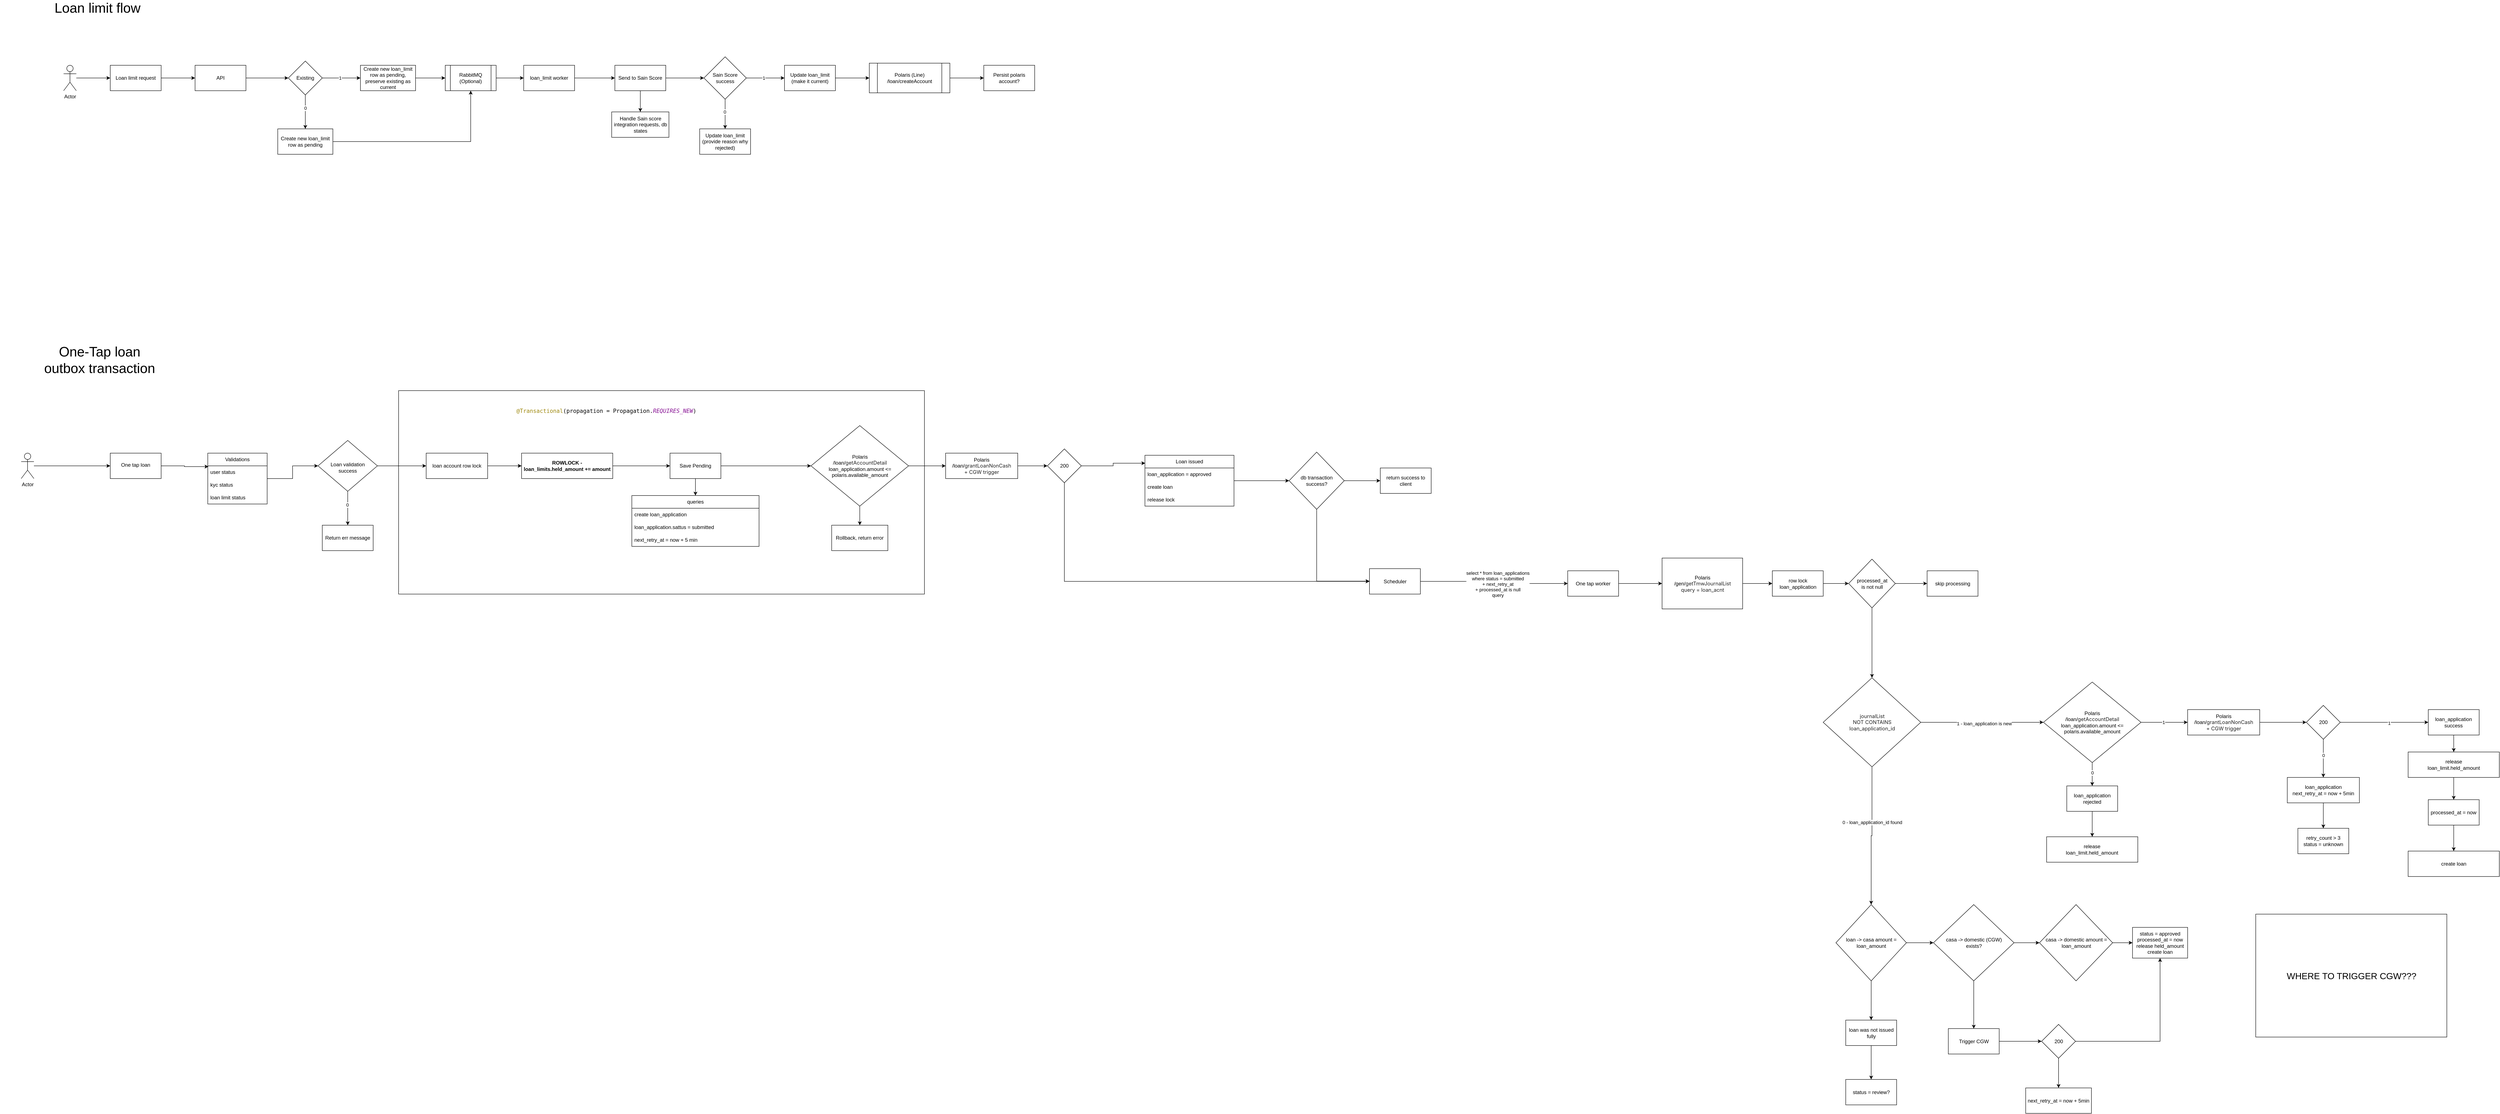
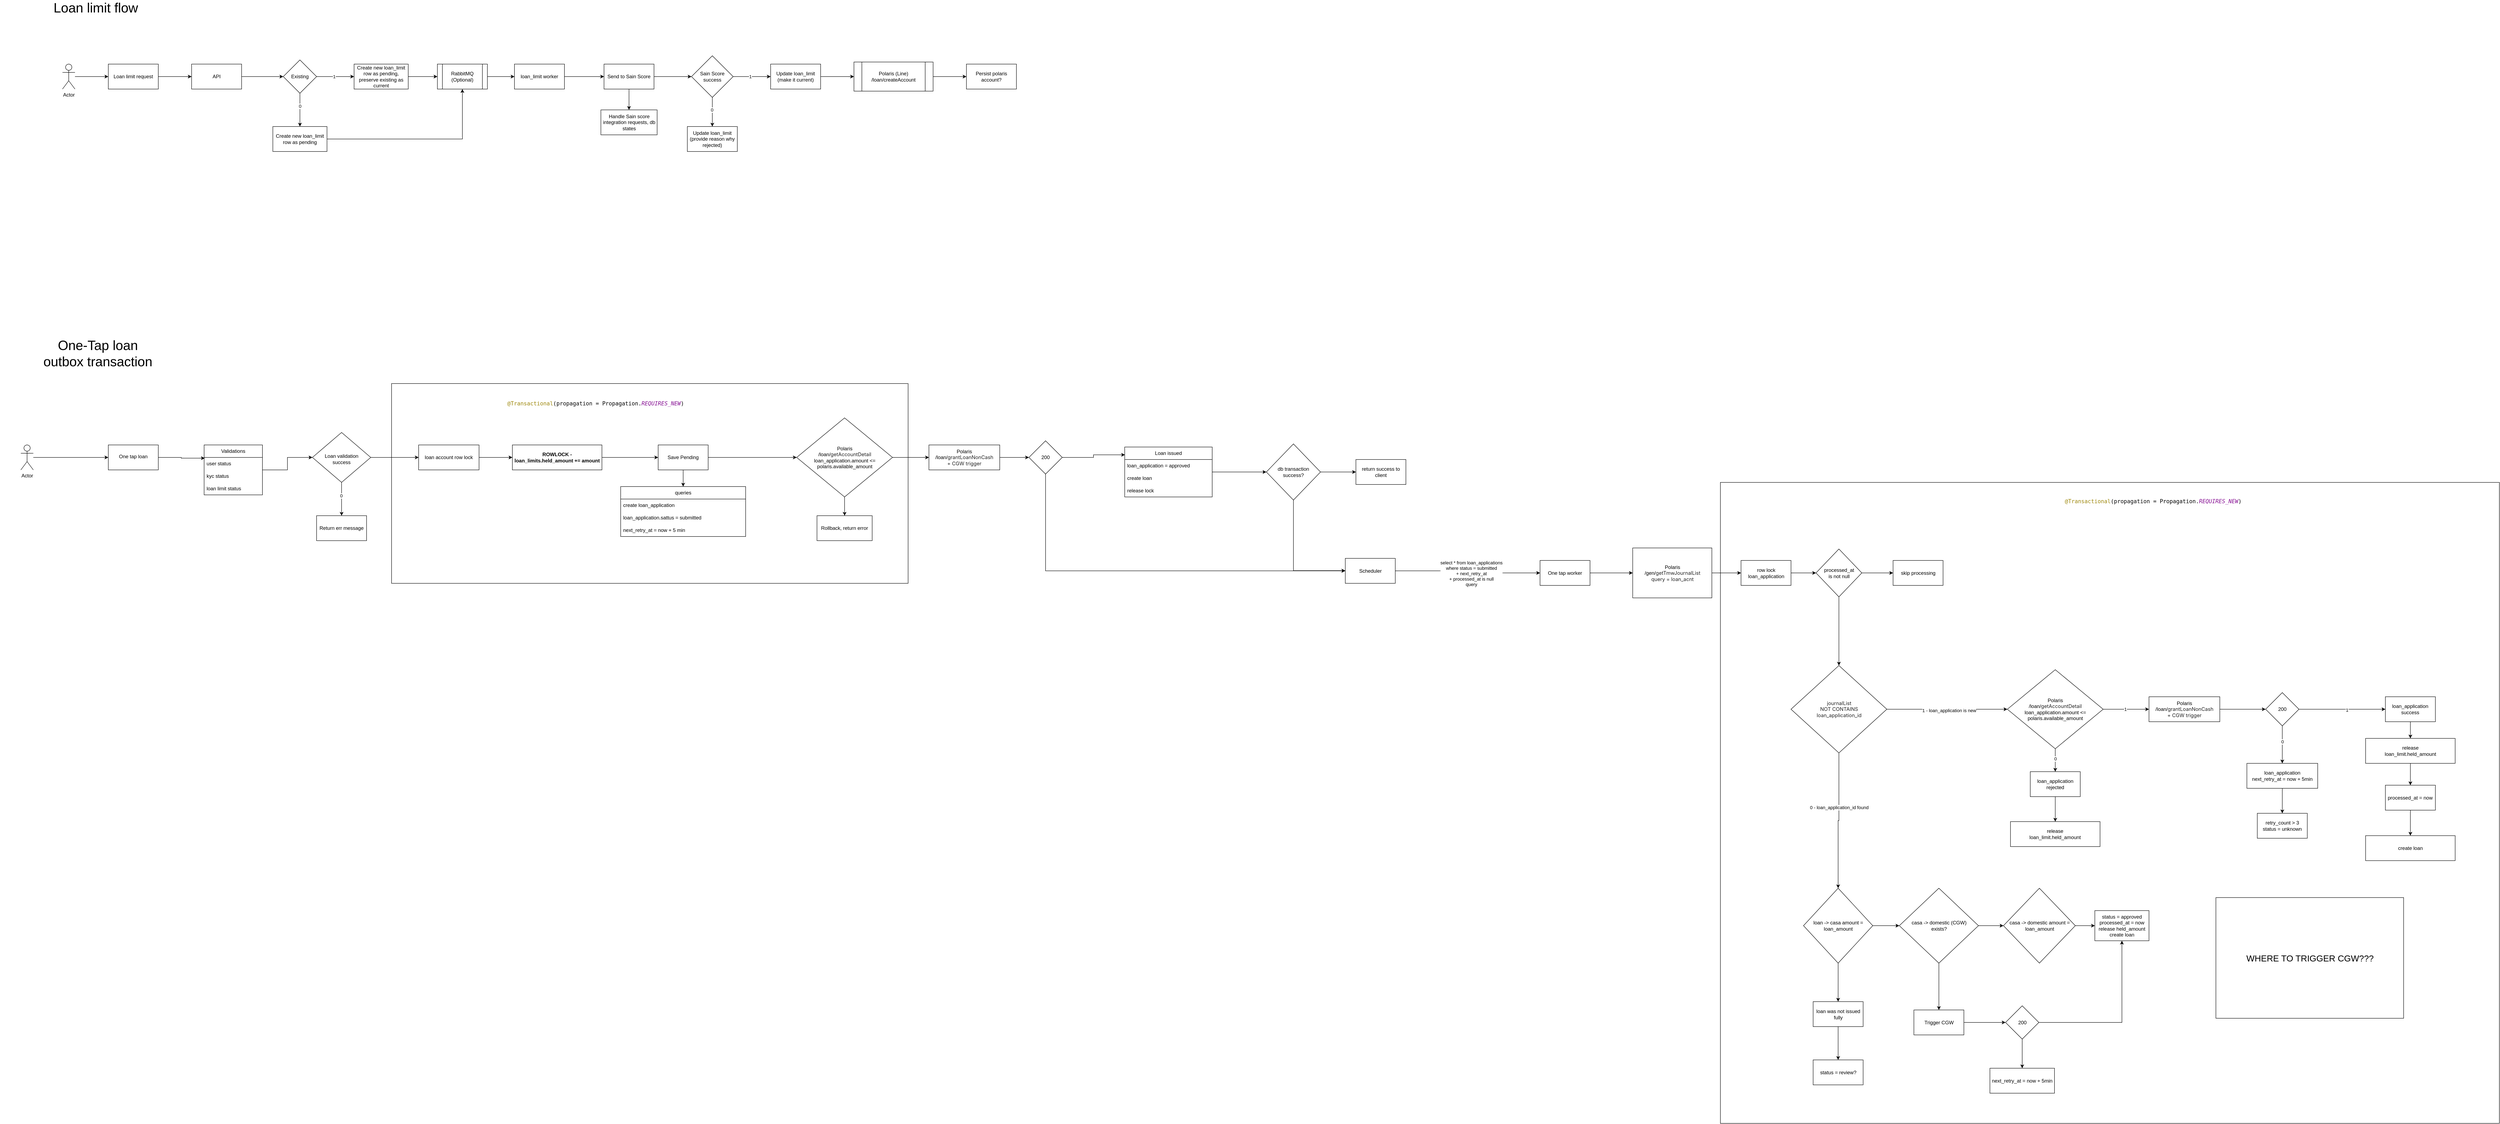
<mxfile host="app.diagrams.net">
  <diagram name="Page-1" id="VCBSuIh8bz7kurrQ0Zaz">
-     <mxGraphModel dx="2425" dy="921" grid="1" gridSize="10" guides="1" tooltips="1" connect="1" arrows="1" fold="1" page="1" pageScale="1" pageWidth="850" pageHeight="1100" math="0" shadow="0">
+     <mxGraphModel dx="3826" dy="1740" grid="1" gridSize="10" guides="1" tooltips="1" connect="1" arrows="1" fold="1" page="1" pageScale="1" pageWidth="850" pageHeight="1100" math="0" shadow="0">
      <root>
        <mxCell id="0" />
        <mxCell id="1" parent="0" />
+         <mxCell id="In8fDh9ZLN2M87an2Miy-188" parent="1" style="rounded=0;whiteSpace=wrap;html=1;" value="" vertex="1">
+           <mxGeometry height="1540" width="1870" x="4020" y="1215" as="geometry" />
+         </mxCell>
        <mxCell id="In8fDh9ZLN2M87an2Miy-172" parent="1" style="rounded=0;whiteSpace=wrap;html=1;" value="" vertex="1">
          <mxGeometry height="480" width="1240" x="830" y="977.5" as="geometry" />
        </mxCell>
        <mxCell id="KqixbsF9o6dLofBvsG9t-5" edge="1" parent="1" source="KqixbsF9o6dLofBvsG9t-1" style="edgeStyle=orthogonalEdgeStyle;rounded=0;orthogonalLoop=1;jettySize=auto;html=1;" target="KqixbsF9o6dLofBvsG9t-4" value="">
          <mxGeometry relative="1" as="geometry" />
        </mxCell>
        <mxCell id="KqixbsF9o6dLofBvsG9t-1" parent="1" style="rounded=0;whiteSpace=wrap;html=1;" value="Loan limit request" vertex="1">
          <mxGeometry height="60" width="120" x="150" y="210" as="geometry" />
        </mxCell>
        <mxCell id="KqixbsF9o6dLofBvsG9t-3" edge="1" parent="1" source="KqixbsF9o6dLofBvsG9t-2" style="edgeStyle=orthogonalEdgeStyle;rounded=0;orthogonalLoop=1;jettySize=auto;html=1;" target="KqixbsF9o6dLofBvsG9t-1" value="">
          <mxGeometry relative="1" as="geometry" />
        </mxCell>
        <mxCell id="KqixbsF9o6dLofBvsG9t-2" parent="1" style="shape=umlActor;verticalLabelPosition=bottom;verticalAlign=top;html=1;outlineConnect=0;" value="Actor" vertex="1">
          <mxGeometry height="60" width="30" x="40" y="210" as="geometry" />
        </mxCell>
        <mxCell id="KqixbsF9o6dLofBvsG9t-9" edge="1" parent="1" source="KqixbsF9o6dLofBvsG9t-4" style="edgeStyle=orthogonalEdgeStyle;rounded=0;orthogonalLoop=1;jettySize=auto;html=1;" target="KqixbsF9o6dLofBvsG9t-8" value="">
          <mxGeometry relative="1" as="geometry" />
        </mxCell>
        <mxCell id="KqixbsF9o6dLofBvsG9t-4" parent="1" style="rounded=0;whiteSpace=wrap;html=1;" value="API" vertex="1">
          <mxGeometry height="60" width="120" x="350" y="210" as="geometry" />
        </mxCell>
        <mxCell id="KqixbsF9o6dLofBvsG9t-11" edge="1" parent="1" source="KqixbsF9o6dLofBvsG9t-8" style="edgeStyle=orthogonalEdgeStyle;rounded=0;orthogonalLoop=1;jettySize=auto;html=1;" target="KqixbsF9o6dLofBvsG9t-10" value="">
          <mxGeometry relative="1" as="geometry" />
        </mxCell>
        <mxCell id="KqixbsF9o6dLofBvsG9t-12" connectable="0" parent="KqixbsF9o6dLofBvsG9t-11" style="edgeLabel;html=1;align=center;verticalAlign=middle;resizable=0;points=[];" value="1" vertex="1">
          <mxGeometry relative="1" x="-0.079" as="geometry">
            <mxPoint as="offset" />
          </mxGeometry>
        </mxCell>
        <mxCell id="KqixbsF9o6dLofBvsG9t-14" edge="1" parent="1" source="KqixbsF9o6dLofBvsG9t-8" style="edgeStyle=orthogonalEdgeStyle;rounded=0;orthogonalLoop=1;jettySize=auto;html=1;" target="KqixbsF9o6dLofBvsG9t-13" value="">
          <mxGeometry relative="1" as="geometry" />
        </mxCell>
        <mxCell id="KqixbsF9o6dLofBvsG9t-15" connectable="0" parent="KqixbsF9o6dLofBvsG9t-14" style="edgeLabel;html=1;align=center;verticalAlign=middle;resizable=0;points=[];" value="0" vertex="1">
          <mxGeometry relative="1" x="-0.2407" as="geometry">
            <mxPoint as="offset" />
          </mxGeometry>
        </mxCell>
        <mxCell id="KqixbsF9o6dLofBvsG9t-8" parent="1" style="rhombus;whiteSpace=wrap;html=1;rounded=0;" value="Existing" vertex="1">
          <mxGeometry height="80" width="80" x="570" y="200" as="geometry" />
        </mxCell>
        <mxCell id="KqixbsF9o6dLofBvsG9t-23" edge="1" parent="1" source="KqixbsF9o6dLofBvsG9t-10" style="edgeStyle=orthogonalEdgeStyle;rounded=0;orthogonalLoop=1;jettySize=auto;html=1;" target="KqixbsF9o6dLofBvsG9t-22" value="">
          <mxGeometry relative="1" as="geometry" />
        </mxCell>
        <mxCell id="KqixbsF9o6dLofBvsG9t-10" parent="1" style="whiteSpace=wrap;html=1;rounded=0;" value="Create new loan_limit row as pending, preserve existing as current" vertex="1">
          <mxGeometry height="60" width="130" x="740" y="210" as="geometry" />
        </mxCell>
        <mxCell id="KqixbsF9o6dLofBvsG9t-26" edge="1" parent="1" source="KqixbsF9o6dLofBvsG9t-13" style="edgeStyle=orthogonalEdgeStyle;rounded=0;orthogonalLoop=1;jettySize=auto;html=1;entryX=0.5;entryY=1;entryDx=0;entryDy=0;" target="KqixbsF9o6dLofBvsG9t-22">
          <mxGeometry relative="1" as="geometry" />
        </mxCell>
        <mxCell id="KqixbsF9o6dLofBvsG9t-13" parent="1" style="whiteSpace=wrap;html=1;rounded=0;" value="Create new loan_limit row as pending" vertex="1">
          <mxGeometry height="60" width="130" x="545" y="360" as="geometry" />
        </mxCell>
        <mxCell id="KqixbsF9o6dLofBvsG9t-25" edge="1" parent="1" source="KqixbsF9o6dLofBvsG9t-22" style="edgeStyle=orthogonalEdgeStyle;rounded=0;orthogonalLoop=1;jettySize=auto;html=1;" target="KqixbsF9o6dLofBvsG9t-24" value="">
          <mxGeometry relative="1" as="geometry" />
        </mxCell>
        <mxCell id="KqixbsF9o6dLofBvsG9t-22" parent="1" style="shape=process;whiteSpace=wrap;html=1;backgroundOutline=1;rounded=0;" value="RabbitMQ (Optional)" vertex="1">
          <mxGeometry height="60" width="120" x="940" y="210" as="geometry" />
        </mxCell>
        <mxCell id="KqixbsF9o6dLofBvsG9t-28" edge="1" parent="1" source="KqixbsF9o6dLofBvsG9t-24" style="edgeStyle=orthogonalEdgeStyle;rounded=0;orthogonalLoop=1;jettySize=auto;html=1;" target="KqixbsF9o6dLofBvsG9t-27" value="">
          <mxGeometry relative="1" as="geometry" />
        </mxCell>
        <mxCell id="KqixbsF9o6dLofBvsG9t-24" parent="1" style="whiteSpace=wrap;html=1;rounded=0;" value="loan_limit worker" vertex="1">
          <mxGeometry height="60" width="120" x="1125" y="210" as="geometry" />
        </mxCell>
        <mxCell id="KqixbsF9o6dLofBvsG9t-30" edge="1" parent="1" source="KqixbsF9o6dLofBvsG9t-27" style="edgeStyle=orthogonalEdgeStyle;rounded=0;orthogonalLoop=1;jettySize=auto;html=1;" target="KqixbsF9o6dLofBvsG9t-29" value="">
          <mxGeometry relative="1" as="geometry" />
        </mxCell>
        <mxCell id="KqixbsF9o6dLofBvsG9t-38" edge="1" parent="1" source="KqixbsF9o6dLofBvsG9t-27" style="edgeStyle=orthogonalEdgeStyle;rounded=0;orthogonalLoop=1;jettySize=auto;html=1;" target="KqixbsF9o6dLofBvsG9t-37" value="">
          <mxGeometry relative="1" as="geometry" />
        </mxCell>
        <mxCell id="KqixbsF9o6dLofBvsG9t-27" parent="1" style="whiteSpace=wrap;html=1;rounded=0;" value="Send to Sain Score" vertex="1">
          <mxGeometry height="60" width="120" x="1340" y="210" as="geometry" />
        </mxCell>
        <mxCell id="KqixbsF9o6dLofBvsG9t-32" edge="1" parent="1" source="KqixbsF9o6dLofBvsG9t-29" style="edgeStyle=orthogonalEdgeStyle;rounded=0;orthogonalLoop=1;jettySize=auto;html=1;" target="KqixbsF9o6dLofBvsG9t-31" value="">
          <mxGeometry relative="1" as="geometry" />
        </mxCell>
        <mxCell id="KqixbsF9o6dLofBvsG9t-33" connectable="0" parent="KqixbsF9o6dLofBvsG9t-32" style="edgeLabel;html=1;align=center;verticalAlign=middle;resizable=0;points=[];" value="1" vertex="1">
          <mxGeometry relative="1" x="-0.1048" as="geometry">
            <mxPoint as="offset" />
          </mxGeometry>
        </mxCell>
        <mxCell id="KqixbsF9o6dLofBvsG9t-35" edge="1" parent="1" source="KqixbsF9o6dLofBvsG9t-29" style="edgeStyle=orthogonalEdgeStyle;rounded=0;orthogonalLoop=1;jettySize=auto;html=1;" target="KqixbsF9o6dLofBvsG9t-34" value="">
          <mxGeometry relative="1" as="geometry" />
        </mxCell>
        <mxCell id="KqixbsF9o6dLofBvsG9t-36" connectable="0" parent="KqixbsF9o6dLofBvsG9t-35" style="edgeLabel;html=1;align=center;verticalAlign=middle;resizable=0;points=[];" value="0" vertex="1">
          <mxGeometry relative="1" x="-0.1429" y="-1" as="geometry">
            <mxPoint as="offset" />
          </mxGeometry>
        </mxCell>
        <mxCell id="KqixbsF9o6dLofBvsG9t-29" parent="1" style="rhombus;whiteSpace=wrap;html=1;rounded=0;" value="Sain Score success" vertex="1">
          <mxGeometry height="100" width="100" x="1550" y="190" as="geometry" />
        </mxCell>
        <mxCell id="KqixbsF9o6dLofBvsG9t-66" edge="1" parent="1" source="KqixbsF9o6dLofBvsG9t-31" style="edgeStyle=orthogonalEdgeStyle;rounded=0;orthogonalLoop=1;jettySize=auto;html=1;" target="KqixbsF9o6dLofBvsG9t-65" value="">
          <mxGeometry relative="1" as="geometry" />
        </mxCell>
        <mxCell id="KqixbsF9o6dLofBvsG9t-31" parent="1" style="whiteSpace=wrap;html=1;rounded=0;" value="Update loan_limit (make it current)" vertex="1">
          <mxGeometry height="60" width="120" x="1740" y="210" as="geometry" />
        </mxCell>
        <mxCell id="KqixbsF9o6dLofBvsG9t-34" parent="1" style="whiteSpace=wrap;html=1;rounded=0;" value="Update loan_limit&lt;br&gt;(provide reason why rejected)" vertex="1">
          <mxGeometry height="60" width="120" x="1540" y="360" as="geometry" />
        </mxCell>
        <mxCell id="KqixbsF9o6dLofBvsG9t-37" parent="1" style="whiteSpace=wrap;html=1;rounded=0;" value="Handle Sain score integration requests, db states" vertex="1">
          <mxGeometry height="60" width="135" x="1332.5" y="320" as="geometry" />
        </mxCell>
        <mxCell id="KqixbsF9o6dLofBvsG9t-40" parent="1" style="text;html=1;whiteSpace=wrap;strokeColor=none;fillColor=none;align=center;verticalAlign=middle;rounded=0;fontSize=32;" value="Loan limit flow" vertex="1">
          <mxGeometry height="30" width="260" x="-10" y="60" as="geometry" />
        </mxCell>
        <mxCell id="KqixbsF9o6dLofBvsG9t-74" edge="1" parent="1" source="KqixbsF9o6dLofBvsG9t-65" style="edgeStyle=orthogonalEdgeStyle;rounded=0;orthogonalLoop=1;jettySize=auto;html=1;" target="KqixbsF9o6dLofBvsG9t-73" value="">
          <mxGeometry relative="1" as="geometry" />
        </mxCell>
        <mxCell id="KqixbsF9o6dLofBvsG9t-65" parent="1" style="shape=process;whiteSpace=wrap;html=1;backgroundOutline=1;rounded=0;" value="Polaris (Line)&lt;br&gt;/loan/createAccount" vertex="1">
          <mxGeometry height="70" width="190" x="1940" y="205" as="geometry" />
        </mxCell>
        <mxCell id="KqixbsF9o6dLofBvsG9t-73" parent="1" style="whiteSpace=wrap;html=1;rounded=0;" value="Persist polaris account?" vertex="1">
          <mxGeometry height="60" width="120" x="2210" y="210" as="geometry" />
        </mxCell>
        <mxCell id="U8Ajh8Gpa-m2DNKNFQys-1" parent="1" style="text;html=1;whiteSpace=wrap;strokeColor=none;fillColor=none;align=center;verticalAlign=middle;rounded=0;fontSize=32;" value="One-Tap loan&lt;br&gt;outbox transaction" vertex="1">
          <mxGeometry height="30" width="470" x="-110" y="890" as="geometry" />
        </mxCell>
        <mxCell id="In8fDh9ZLN2M87an2Miy-1" edge="1" parent="1" source="In8fDh9ZLN2M87an2Miy-2" style="edgeStyle=orthogonalEdgeStyle;rounded=0;orthogonalLoop=1;jettySize=auto;html=1;" target="In8fDh9ZLN2M87an2Miy-4" value="">
          <mxGeometry relative="1" as="geometry" />
        </mxCell>
        <mxCell id="In8fDh9ZLN2M87an2Miy-2" parent="1" style="shape=umlActor;verticalLabelPosition=bottom;verticalAlign=top;html=1;outlineConnect=0;" value="Actor" vertex="1">
          <mxGeometry height="60" width="30" x="-60" y="1125" as="geometry" />
        </mxCell>
        <mxCell id="In8fDh9ZLN2M87an2Miy-3" edge="1" parent="1" source="In8fDh9ZLN2M87an2Miy-4" style="edgeStyle=orthogonalEdgeStyle;rounded=0;orthogonalLoop=1;jettySize=auto;html=1;entryX=0.011;entryY=0.06;entryDx=0;entryDy=0;entryPerimeter=0;" target="In8fDh9ZLN2M87an2Miy-28" value="">
          <mxGeometry relative="1" as="geometry">
            <mxPoint x="360" y="1155" as="targetPoint" />
          </mxGeometry>
        </mxCell>
        <mxCell id="In8fDh9ZLN2M87an2Miy-4" parent="1" style="whiteSpace=wrap;html=1;verticalAlign=top;" value="&lt;div&gt;&lt;br&gt;&lt;/div&gt;&lt;div&gt;One tap loan&lt;/div&gt;" vertex="1">
          <mxGeometry height="60" width="120" x="150" y="1125" as="geometry" />
        </mxCell>
        <mxCell id="In8fDh9ZLN2M87an2Miy-7" edge="1" parent="1" source="In8fDh9ZLN2M87an2Miy-9" style="edgeStyle=orthogonalEdgeStyle;rounded=0;orthogonalLoop=1;jettySize=auto;html=1;" target="In8fDh9ZLN2M87an2Miy-13" value="">
          <mxGeometry relative="1" as="geometry" />
        </mxCell>
        <mxCell id="In8fDh9ZLN2M87an2Miy-8" connectable="0" parent="In8fDh9ZLN2M87an2Miy-7" style="edgeLabel;html=1;align=center;verticalAlign=middle;resizable=0;points=[];" value="0" vertex="1">
          <mxGeometry relative="1" x="-0.2091" y="-1" as="geometry">
            <mxPoint as="offset" />
          </mxGeometry>
        </mxCell>
        <mxCell id="In8fDh9ZLN2M87an2Miy-163" edge="1" parent="1" source="In8fDh9ZLN2M87an2Miy-9" style="edgeStyle=orthogonalEdgeStyle;rounded=0;orthogonalLoop=1;jettySize=auto;html=1;entryX=0;entryY=0.5;entryDx=0;entryDy=0;" target="In8fDh9ZLN2M87an2Miy-161">
          <mxGeometry relative="1" as="geometry" />
        </mxCell>
        <mxCell id="In8fDh9ZLN2M87an2Miy-9" parent="1" style="rhombus;whiteSpace=wrap;html=1;verticalAlign=top;" value="&lt;br&gt;&lt;br&gt;&lt;div&gt;&lt;br&gt;&lt;/div&gt;&lt;div&gt;Loan validation&lt;br&gt;success&lt;/div&gt;" vertex="1">
          <mxGeometry height="120" width="140" x="640" y="1095" as="geometry" />
        </mxCell>
        <mxCell id="In8fDh9ZLN2M87an2Miy-10" edge="1" parent="1" source="In8fDh9ZLN2M87an2Miy-12" style="edgeStyle=orthogonalEdgeStyle;rounded=0;orthogonalLoop=1;jettySize=auto;html=1;entryX=0.5;entryY=0;entryDx=0;entryDy=0;" target="In8fDh9ZLN2M87an2Miy-14">
          <mxGeometry relative="1" as="geometry" />
        </mxCell>
        <mxCell id="In8fDh9ZLN2M87an2Miy-54" edge="1" parent="1" source="In8fDh9ZLN2M87an2Miy-105" style="edgeStyle=orthogonalEdgeStyle;rounded=0;orthogonalLoop=1;jettySize=auto;html=1;exitX=1;exitY=0.5;exitDx=0;exitDy=0;" target="In8fDh9ZLN2M87an2Miy-53" value="">
          <mxGeometry relative="1" as="geometry">
            <mxPoint x="3329.5" y="1432.5" as="sourcePoint" />
          </mxGeometry>
        </mxCell>
        <mxCell id="In8fDh9ZLN2M87an2Miy-55" connectable="0" parent="In8fDh9ZLN2M87an2Miy-54" style="edgeLabel;html=1;align=center;verticalAlign=middle;resizable=0;points=[];" value="select * from loan_applications&lt;br&gt;where status = submitted&lt;br&gt;+ next_retry_at&lt;br&gt;+ processed_at is null&lt;br&gt;query" vertex="1">
          <mxGeometry relative="1" x="0.0637" y="-1" as="geometry">
            <mxPoint as="offset" />
          </mxGeometry>
        </mxCell>
        <mxCell id="In8fDh9ZLN2M87an2Miy-173" edge="1" parent="1" source="In8fDh9ZLN2M87an2Miy-12" style="edgeStyle=orthogonalEdgeStyle;rounded=0;orthogonalLoop=1;jettySize=auto;html=1;entryX=0;entryY=0.5;entryDx=0;entryDy=0;" target="In8fDh9ZLN2M87an2Miy-152">
          <mxGeometry relative="1" as="geometry" />
        </mxCell>
        <mxCell id="In8fDh9ZLN2M87an2Miy-12" parent="1" style="whiteSpace=wrap;html=1;verticalAlign=middle;" value="Save Pending" vertex="1">
          <mxGeometry height="60" width="120" x="1470" y="1125" as="geometry" />
        </mxCell>
        <mxCell id="In8fDh9ZLN2M87an2Miy-13" parent="1" style="whiteSpace=wrap;html=1;verticalAlign=middle;" value="Return err message" vertex="1">
          <mxGeometry height="60" width="120" x="650" y="1295" as="geometry" />
        </mxCell>
        <mxCell id="In8fDh9ZLN2M87an2Miy-14" parent="1" style="swimlane;fontStyle=0;childLayout=stackLayout;horizontal=1;startSize=30;horizontalStack=0;resizeParent=1;resizeParentMax=0;resizeLast=0;collapsible=1;marginBottom=0;whiteSpace=wrap;html=1;" value="queries" vertex="1">
          <mxGeometry height="120" width="300" x="1380" y="1225" as="geometry" />
        </mxCell>
        <mxCell id="In8fDh9ZLN2M87an2Miy-15" parent="In8fDh9ZLN2M87an2Miy-14" style="text;strokeColor=none;fillColor=none;align=left;verticalAlign=middle;spacingLeft=4;spacingRight=4;overflow=hidden;points=[[0,0.5],[1,0.5]];portConstraint=eastwest;rotatable=0;whiteSpace=wrap;html=1;" value="create loan_application" vertex="1">
          <mxGeometry height="30" width="300" y="30" as="geometry" />
        </mxCell>
        <mxCell id="In8fDh9ZLN2M87an2Miy-104" parent="In8fDh9ZLN2M87an2Miy-14" style="text;strokeColor=none;fillColor=none;align=left;verticalAlign=middle;spacingLeft=4;spacingRight=4;overflow=hidden;points=[[0,0.5],[1,0.5]];portConstraint=eastwest;rotatable=0;whiteSpace=wrap;html=1;" value="loan_application.sattus = submitted" vertex="1">
          <mxGeometry height="30" width="300" y="60" as="geometry" />
        </mxCell>
        <mxCell id="In8fDh9ZLN2M87an2Miy-17" parent="In8fDh9ZLN2M87an2Miy-14" style="text;strokeColor=none;fillColor=none;align=left;verticalAlign=middle;spacingLeft=4;spacingRight=4;overflow=hidden;points=[[0,0.5],[1,0.5]];portConstraint=eastwest;rotatable=0;whiteSpace=wrap;html=1;" value="next_retry_at = now + 5 min" vertex="1">
          <mxGeometry height="30" width="300" y="90" as="geometry" />
        </mxCell>
        <mxCell id="In8fDh9ZLN2M87an2Miy-32" edge="1" parent="1" source="In8fDh9ZLN2M87an2Miy-27" style="edgeStyle=orthogonalEdgeStyle;rounded=0;orthogonalLoop=1;jettySize=auto;html=1;entryX=0;entryY=0.5;entryDx=0;entryDy=0;" target="In8fDh9ZLN2M87an2Miy-9">
          <mxGeometry relative="1" as="geometry" />
        </mxCell>
        <mxCell id="In8fDh9ZLN2M87an2Miy-27" parent="1" style="swimlane;fontStyle=0;childLayout=stackLayout;horizontal=1;startSize=30;horizontalStack=0;resizeParent=1;resizeParentMax=0;resizeLast=0;collapsible=1;marginBottom=0;whiteSpace=wrap;html=1;" value="Validations" vertex="1">
          <mxGeometry height="120" width="140" x="380" y="1125" as="geometry" />
        </mxCell>
        <mxCell id="In8fDh9ZLN2M87an2Miy-28" parent="In8fDh9ZLN2M87an2Miy-27" style="text;strokeColor=none;fillColor=none;align=left;verticalAlign=middle;spacingLeft=4;spacingRight=4;overflow=hidden;points=[[0,0.5],[1,0.5]];portConstraint=eastwest;rotatable=0;whiteSpace=wrap;html=1;" value="user status" vertex="1">
          <mxGeometry height="30" width="140" y="30" as="geometry" />
        </mxCell>
        <mxCell id="In8fDh9ZLN2M87an2Miy-29" parent="In8fDh9ZLN2M87an2Miy-27" style="text;strokeColor=none;fillColor=none;align=left;verticalAlign=middle;spacingLeft=4;spacingRight=4;overflow=hidden;points=[[0,0.5],[1,0.5]];portConstraint=eastwest;rotatable=0;whiteSpace=wrap;html=1;" value="kyc status" vertex="1">
          <mxGeometry height="30" width="140" y="60" as="geometry" />
        </mxCell>
        <mxCell id="In8fDh9ZLN2M87an2Miy-33" parent="In8fDh9ZLN2M87an2Miy-27" style="text;strokeColor=none;fillColor=none;align=left;verticalAlign=middle;spacingLeft=4;spacingRight=4;overflow=hidden;points=[[0,0.5],[1,0.5]];portConstraint=eastwest;rotatable=0;whiteSpace=wrap;html=1;" value="loan limit status" vertex="1">
          <mxGeometry height="30" width="140" y="90" as="geometry" />
        </mxCell>
        <mxCell id="In8fDh9ZLN2M87an2Miy-116" edge="1" parent="1" source="In8fDh9ZLN2M87an2Miy-53" style="edgeStyle=orthogonalEdgeStyle;rounded=0;orthogonalLoop=1;jettySize=auto;html=1;entryX=0;entryY=0.5;entryDx=0;entryDy=0;" target="In8fDh9ZLN2M87an2Miy-68">
          <mxGeometry relative="1" as="geometry" />
        </mxCell>
        <mxCell id="In8fDh9ZLN2M87an2Miy-53" parent="1" style="whiteSpace=wrap;html=1;" value="One tap worker" vertex="1">
          <mxGeometry height="60" width="120" x="3587" y="1402.5" as="geometry" />
        </mxCell>
        <mxCell id="In8fDh9ZLN2M87an2Miy-67" edge="1" parent="1" source="In8fDh9ZLN2M87an2Miy-58" style="edgeStyle=orthogonalEdgeStyle;rounded=0;orthogonalLoop=1;jettySize=auto;html=1;entryX=0;entryY=0.5;entryDx=0;entryDy=0;" target="In8fDh9ZLN2M87an2Miy-66" value="">
          <mxGeometry relative="1" as="geometry">
            <mxPoint x="5343.87" y="1760" as="targetPoint" />
          </mxGeometry>
        </mxCell>
        <mxCell id="In8fDh9ZLN2M87an2Miy-58" parent="1" style="whiteSpace=wrap;html=1;" value="Polaris /loan/&lt;span style=&quot;color: rgb(33, 33, 33); font-family: Inter, system-ui, -apple-system, &amp;quot;system-ui&amp;quot;, &amp;quot;Segoe UI&amp;quot;, Roboto, Oxygen, Ubuntu, Cantarell, &amp;quot;Fira Sans&amp;quot;, &amp;quot;Droid Sans&amp;quot;, Helvetica, Arial, sans-serif; text-align: left; white-space: pre-wrap; background-color: rgb(255, 255, 255);&quot;&gt;grantLoanNonCash&lt;br/&gt;+ CGW trigger&lt;/span&gt;" vertex="1">
          <mxGeometry height="60" width="170" x="5048.87" y="1730" as="geometry" />
        </mxCell>
        <mxCell id="In8fDh9ZLN2M87an2Miy-62" edge="1" parent="1" source="In8fDh9ZLN2M87an2Miy-59" style="edgeStyle=orthogonalEdgeStyle;rounded=0;orthogonalLoop=1;jettySize=auto;html=1;" target="In8fDh9ZLN2M87an2Miy-61" value="">
          <mxGeometry relative="1" as="geometry" />
        </mxCell>
        <mxCell id="In8fDh9ZLN2M87an2Miy-91" connectable="0" parent="In8fDh9ZLN2M87an2Miy-62" style="edgeLabel;html=1;align=center;verticalAlign=middle;resizable=0;points=[];" value="0" vertex="1">
          <mxGeometry relative="1" x="-0.1431" as="geometry">
            <mxPoint as="offset" />
          </mxGeometry>
        </mxCell>
        <mxCell id="In8fDh9ZLN2M87an2Miy-65" edge="1" parent="1" source="In8fDh9ZLN2M87an2Miy-59" style="edgeStyle=orthogonalEdgeStyle;rounded=0;orthogonalLoop=1;jettySize=auto;html=1;" target="In8fDh9ZLN2M87an2Miy-58">
          <mxGeometry relative="1" as="geometry" />
        </mxCell>
        <mxCell id="In8fDh9ZLN2M87an2Miy-90" connectable="0" parent="In8fDh9ZLN2M87an2Miy-65" style="edgeLabel;html=1;align=center;verticalAlign=middle;resizable=0;points=[];" value="1" vertex="1">
          <mxGeometry relative="1" x="-0.0451" as="geometry">
            <mxPoint as="offset" />
          </mxGeometry>
        </mxCell>
        <mxCell id="In8fDh9ZLN2M87an2Miy-59" parent="1" style="rhombus;whiteSpace=wrap;html=1;" value="Polaris&lt;br&gt;/loan/&lt;span style=&quot;color: rgb(33, 33, 33); font-family: Inter, system-ui, -apple-system, &amp;quot;system-ui&amp;quot;, &amp;quot;Segoe UI&amp;quot;, Roboto, Oxygen, Ubuntu, Cantarell, &amp;quot;Fira Sans&amp;quot;, &amp;quot;Droid Sans&amp;quot;, Helvetica, Arial, sans-serif; text-align: left; white-space: pre-wrap; background-color: rgb(255, 255, 255);&quot;&gt;getAccountDetail&lt;/span&gt;&lt;br&gt;loan_application.amount &amp;lt;= polaris.available_amount" vertex="1">
          <mxGeometry height="190" width="230" x="4708.87" y="1665" as="geometry" />
        </mxCell>
        <mxCell id="In8fDh9ZLN2M87an2Miy-64" edge="1" parent="1" source="In8fDh9ZLN2M87an2Miy-61" style="edgeStyle=orthogonalEdgeStyle;rounded=0;orthogonalLoop=1;jettySize=auto;html=1;" target="In8fDh9ZLN2M87an2Miy-63" value="">
          <mxGeometry relative="1" as="geometry" />
        </mxCell>
        <mxCell id="In8fDh9ZLN2M87an2Miy-61" parent="1" style="whiteSpace=wrap;html=1;" value="loan_application&lt;br&gt;rejected" vertex="1">
          <mxGeometry height="60" width="120" x="4763.87" y="1910" as="geometry" />
        </mxCell>
        <mxCell id="In8fDh9ZLN2M87an2Miy-63" parent="1" style="whiteSpace=wrap;html=1;" value="release &lt;br&gt;loan_limit.held_amount" vertex="1">
          <mxGeometry height="60" width="215" x="4716.37" y="2030" as="geometry" />
        </mxCell>
        <mxCell id="In8fDh9ZLN2M87an2Miy-81" edge="1" parent="1" source="In8fDh9ZLN2M87an2Miy-66" style="edgeStyle=orthogonalEdgeStyle;rounded=0;orthogonalLoop=1;jettySize=auto;html=1;entryX=0;entryY=0.5;entryDx=0;entryDy=0;" target="In8fDh9ZLN2M87an2Miy-79">
          <mxGeometry relative="1" as="geometry" />
        </mxCell>
        <mxCell id="In8fDh9ZLN2M87an2Miy-92" connectable="0" parent="In8fDh9ZLN2M87an2Miy-81" style="edgeLabel;html=1;align=center;verticalAlign=middle;resizable=0;points=[];" value="1" vertex="1">
          <mxGeometry relative="1" x="0.1055" y="-2" as="geometry">
            <mxPoint as="offset" />
          </mxGeometry>
        </mxCell>
        <mxCell id="In8fDh9ZLN2M87an2Miy-83" edge="1" parent="1" source="In8fDh9ZLN2M87an2Miy-66" style="edgeStyle=orthogonalEdgeStyle;rounded=0;orthogonalLoop=1;jettySize=auto;html=1;" target="In8fDh9ZLN2M87an2Miy-82" value="">
          <mxGeometry relative="1" as="geometry" />
        </mxCell>
        <mxCell id="In8fDh9ZLN2M87an2Miy-93" connectable="0" parent="In8fDh9ZLN2M87an2Miy-83" style="edgeLabel;html=1;align=center;verticalAlign=middle;resizable=0;points=[];" value="0" vertex="1">
          <mxGeometry relative="1" x="-0.1623" as="geometry">
            <mxPoint as="offset" />
          </mxGeometry>
        </mxCell>
        <mxCell id="In8fDh9ZLN2M87an2Miy-66" parent="1" style="rhombus;whiteSpace=wrap;html=1;" value="200" vertex="1">
          <mxGeometry height="80" width="80" x="5328.87" y="1720" as="geometry" />
        </mxCell>
        <mxCell id="In8fDh9ZLN2M87an2Miy-119" edge="1" parent="1" source="In8fDh9ZLN2M87an2Miy-68" style="edgeStyle=orthogonalEdgeStyle;rounded=0;orthogonalLoop=1;jettySize=auto;html=1;" target="In8fDh9ZLN2M87an2Miy-118" value="">
          <mxGeometry relative="1" as="geometry" />
        </mxCell>
        <mxCell id="In8fDh9ZLN2M87an2Miy-68" parent="1" style="whiteSpace=wrap;html=1;" value="Polaris&lt;br&gt;/gen/&lt;span style=&quot;white-space: pre-wrap; color: rgb(33, 33, 33); font-family: Inter, system-ui, -apple-system, &amp;quot;system-ui&amp;quot;, &amp;quot;Segoe UI&amp;quot;, Roboto, Oxygen, Ubuntu, Cantarell, &amp;quot;Fira Sans&amp;quot;, &amp;quot;Droid Sans&amp;quot;, Helvetica, Arial, sans-serif; text-align: left; background-color: rgb(255, 255, 255);&quot;&gt;getTmwJournalList&lt;br&gt;query = loan_acnt&lt;/span&gt;" vertex="1">
          <mxGeometry height="120" width="190" x="3809.5" y="1372.5" as="geometry" />
        </mxCell>
        <mxCell id="In8fDh9ZLN2M87an2Miy-71" edge="1" parent="1" source="In8fDh9ZLN2M87an2Miy-69" style="edgeStyle=orthogonalEdgeStyle;rounded=0;orthogonalLoop=1;jettySize=auto;html=1;entryX=0;entryY=0.5;entryDx=0;entryDy=0;" target="In8fDh9ZLN2M87an2Miy-59">
          <mxGeometry relative="1" as="geometry" />
        </mxCell>
        <mxCell id="In8fDh9ZLN2M87an2Miy-77" connectable="0" parent="In8fDh9ZLN2M87an2Miy-71" style="edgeLabel;html=1;align=center;verticalAlign=middle;resizable=0;points=[];" value="1 - loan_application is new" vertex="1">
          <mxGeometry relative="1" x="0.0312" y="-3" as="geometry">
            <mxPoint as="offset" />
          </mxGeometry>
        </mxCell>
        <mxCell id="In8fDh9ZLN2M87an2Miy-73" edge="1" parent="1" source="In8fDh9ZLN2M87an2Miy-69" style="edgeStyle=orthogonalEdgeStyle;rounded=0;orthogonalLoop=1;jettySize=auto;html=1;entryX=0.5;entryY=0;entryDx=0;entryDy=0;" target="In8fDh9ZLN2M87an2Miy-111" value="">
          <mxGeometry relative="1" as="geometry">
            <mxPoint x="4303.87" y="1960" as="targetPoint" />
          </mxGeometry>
        </mxCell>
        <mxCell id="In8fDh9ZLN2M87an2Miy-74" connectable="0" parent="In8fDh9ZLN2M87an2Miy-73" style="edgeLabel;html=1;align=center;verticalAlign=middle;resizable=0;points=[];" value="0 - loan_application_id found" vertex="1">
          <mxGeometry relative="1" x="-0.1975" as="geometry">
            <mxPoint as="offset" />
          </mxGeometry>
        </mxCell>
        <mxCell id="In8fDh9ZLN2M87an2Miy-69" parent="1" style="rhombus;whiteSpace=wrap;html=1;verticalAlign=middle;" value="&lt;div style=&quot;text-align: center;&quot;&gt;&lt;span style=&quot;background-color: light-dark(rgb(255, 255, 255), rgb(18, 18, 18)); color: light-dark(rgb(33, 33, 33), rgb(209, 209, 209)); font-family: Inter, system-ui, -apple-system, &amp;quot;system-ui&amp;quot;, &amp;quot;Segoe UI&amp;quot;, Roboto, Oxygen, Ubuntu, Cantarell, &amp;quot;Fira Sans&amp;quot;, &amp;quot;Droid Sans&amp;quot;, Helvetica, Arial, sans-serif; text-align: left; white-space: pre-wrap;&quot;&gt;journalList&lt;br&gt;NOT CONTAINS&lt;/span&gt;&lt;/div&gt;&lt;span style=&quot;white-space: pre-wrap; color: rgb(33, 33, 33); font-family: Inter, system-ui, -apple-system, &amp;quot;system-ui&amp;quot;, &amp;quot;Segoe UI&amp;quot;, Roboto, Oxygen, Ubuntu, Cantarell, &amp;quot;Fira Sans&amp;quot;, &amp;quot;Droid Sans&amp;quot;, Helvetica, Arial, sans-serif; text-align: left; background-color: rgb(255, 255, 255);&quot;&gt;loan_application_id&lt;/span&gt;" vertex="1">
          <mxGeometry height="210" width="230" x="4189.5" y="1655" as="geometry" />
        </mxCell>
        <mxCell id="In8fDh9ZLN2M87an2Miy-78" edge="1" parent="1" source="In8fDh9ZLN2M87an2Miy-79" style="edgeStyle=orthogonalEdgeStyle;rounded=0;orthogonalLoop=1;jettySize=auto;html=1;" target="In8fDh9ZLN2M87an2Miy-80" value="">
          <mxGeometry relative="1" as="geometry" />
        </mxCell>
        <mxCell id="In8fDh9ZLN2M87an2Miy-79" parent="1" style="whiteSpace=wrap;html=1;" value="loan_application&lt;br&gt;success" vertex="1">
          <mxGeometry height="60" width="120" x="5616.37" y="1730" as="geometry" />
        </mxCell>
        <mxCell id="In8fDh9ZLN2M87an2Miy-132" edge="1" parent="1" source="In8fDh9ZLN2M87an2Miy-80" style="edgeStyle=orthogonalEdgeStyle;rounded=0;orthogonalLoop=1;jettySize=auto;html=1;" target="In8fDh9ZLN2M87an2Miy-131" value="">
          <mxGeometry relative="1" as="geometry" />
        </mxCell>
        <mxCell id="In8fDh9ZLN2M87an2Miy-80" parent="1" style="whiteSpace=wrap;html=1;" value="release &lt;br&gt;loan_limit.held_amount" vertex="1">
          <mxGeometry height="60" width="215" x="5568.87" y="1830" as="geometry" />
        </mxCell>
        <mxCell id="In8fDh9ZLN2M87an2Miy-95" edge="1" parent="1" source="In8fDh9ZLN2M87an2Miy-82" style="edgeStyle=orthogonalEdgeStyle;rounded=0;orthogonalLoop=1;jettySize=auto;html=1;" target="In8fDh9ZLN2M87an2Miy-94" value="">
          <mxGeometry relative="1" as="geometry" />
        </mxCell>
        <mxCell id="In8fDh9ZLN2M87an2Miy-82" parent="1" style="whiteSpace=wrap;html=1;" value="loan_application&lt;br&gt;next_retry_at = now + 5min" vertex="1">
          <mxGeometry height="60" width="170" x="5283.87" y="1890" as="geometry" />
        </mxCell>
        <mxCell id="In8fDh9ZLN2M87an2Miy-88" parent="1" style="whiteSpace=wrap;html=1;" value="create loan" vertex="1">
          <mxGeometry height="60" width="215" x="5568.87" y="2063.75" as="geometry" />
        </mxCell>
        <mxCell id="In8fDh9ZLN2M87an2Miy-94" parent="1" style="whiteSpace=wrap;html=1;" value="retry_count &amp;gt; 3&lt;br&gt;status = unknown" vertex="1">
          <mxGeometry height="60" width="120" x="5308.87" y="2010" as="geometry" />
        </mxCell>
        <mxCell id="In8fDh9ZLN2M87an2Miy-105" parent="1" style="rounded=0;whiteSpace=wrap;html=1;" value="Scheduler" vertex="1">
          <mxGeometry height="60" width="120" x="3119.5" y="1397.5" as="geometry" />
        </mxCell>
        <mxCell id="In8fDh9ZLN2M87an2Miy-127" edge="1" parent="1" source="In8fDh9ZLN2M87an2Miy-111" style="edgeStyle=orthogonalEdgeStyle;rounded=0;orthogonalLoop=1;jettySize=auto;html=1;" target="In8fDh9ZLN2M87an2Miy-126" value="">
          <mxGeometry relative="1" as="geometry" />
        </mxCell>
        <mxCell id="In8fDh9ZLN2M87an2Miy-135" edge="1" parent="1" source="In8fDh9ZLN2M87an2Miy-111" style="edgeStyle=orthogonalEdgeStyle;rounded=0;orthogonalLoop=1;jettySize=auto;html=1;entryX=0;entryY=0.5;entryDx=0;entryDy=0;" target="In8fDh9ZLN2M87an2Miy-134">
          <mxGeometry relative="1" as="geometry" />
        </mxCell>
        <mxCell id="In8fDh9ZLN2M87an2Miy-111" parent="1" style="rhombus;whiteSpace=wrap;html=1;" value="loan -&amp;gt; casa amount = loan_amount" vertex="1">
          <mxGeometry height="180" width="166.25" x="4219.5" y="2190" as="geometry" />
        </mxCell>
        <mxCell id="In8fDh9ZLN2M87an2Miy-113" parent="1" style="whiteSpace=wrap;html=1;" value="status = approved&lt;br&gt;processed_at = now&lt;br&gt;release held_amount&lt;br&gt;create loan" vertex="1">
          <mxGeometry height="72.5" width="130" x="4918.87" y="2243.75" as="geometry" />
        </mxCell>
        <mxCell id="In8fDh9ZLN2M87an2Miy-122" edge="1" parent="1" source="In8fDh9ZLN2M87an2Miy-118" style="edgeStyle=orthogonalEdgeStyle;rounded=0;orthogonalLoop=1;jettySize=auto;html=1;" target="In8fDh9ZLN2M87an2Miy-121" value="">
          <mxGeometry relative="1" as="geometry" />
        </mxCell>
        <mxCell id="In8fDh9ZLN2M87an2Miy-118" parent="1" style="whiteSpace=wrap;html=1;" value="row lock&lt;br&gt;loan_application" vertex="1">
          <mxGeometry height="60" width="120" x="4069.5" y="1402.5" as="geometry" />
        </mxCell>
        <mxCell id="In8fDh9ZLN2M87an2Miy-124" edge="1" parent="1" source="In8fDh9ZLN2M87an2Miy-121" style="edgeStyle=orthogonalEdgeStyle;rounded=0;orthogonalLoop=1;jettySize=auto;html=1;" target="In8fDh9ZLN2M87an2Miy-123" value="">
          <mxGeometry relative="1" as="geometry" />
        </mxCell>
        <mxCell id="In8fDh9ZLN2M87an2Miy-125" edge="1" parent="1" source="In8fDh9ZLN2M87an2Miy-121" style="edgeStyle=orthogonalEdgeStyle;rounded=0;orthogonalLoop=1;jettySize=auto;html=1;entryX=0.5;entryY=0;entryDx=0;entryDy=0;" target="In8fDh9ZLN2M87an2Miy-69">
          <mxGeometry relative="1" as="geometry" />
        </mxCell>
        <mxCell id="In8fDh9ZLN2M87an2Miy-121" parent="1" style="rhombus;whiteSpace=wrap;html=1;" value="processed_at &lt;br&gt;is not null" vertex="1">
          <mxGeometry height="115" width="110" x="4249.5" y="1375" as="geometry" />
        </mxCell>
        <mxCell id="In8fDh9ZLN2M87an2Miy-123" parent="1" style="whiteSpace=wrap;html=1;" value="skip processing" vertex="1">
          <mxGeometry height="60" width="120" x="4434.5" y="1402.5" as="geometry" />
        </mxCell>
        <mxCell id="In8fDh9ZLN2M87an2Miy-129" edge="1" parent="1" source="In8fDh9ZLN2M87an2Miy-126" style="edgeStyle=orthogonalEdgeStyle;rounded=0;orthogonalLoop=1;jettySize=auto;html=1;" target="In8fDh9ZLN2M87an2Miy-128" value="">
          <mxGeometry relative="1" as="geometry" />
        </mxCell>
        <mxCell id="In8fDh9ZLN2M87an2Miy-126" parent="1" style="whiteSpace=wrap;html=1;" value="loan was not issued fully" vertex="1">
          <mxGeometry height="60" width="120" x="4242.625" y="2462.5" as="geometry" />
        </mxCell>
        <mxCell id="In8fDh9ZLN2M87an2Miy-128" parent="1" style="whiteSpace=wrap;html=1;" value="status = review?" vertex="1">
          <mxGeometry height="60" width="120" x="4242.625" y="2602.5" as="geometry" />
        </mxCell>
        <mxCell id="In8fDh9ZLN2M87an2Miy-130" parent="1" style="rounded=0;whiteSpace=wrap;html=1;fontSize=21;" value="WHERE TO TRIGGER CGW???" vertex="1">
          <mxGeometry height="290" width="450.63" x="5209.5" y="2212.5" as="geometry" />
        </mxCell>
        <mxCell id="In8fDh9ZLN2M87an2Miy-133" edge="1" parent="1" source="In8fDh9ZLN2M87an2Miy-131" style="edgeStyle=orthogonalEdgeStyle;rounded=0;orthogonalLoop=1;jettySize=auto;html=1;" target="In8fDh9ZLN2M87an2Miy-88" value="">
          <mxGeometry relative="1" as="geometry" />
        </mxCell>
        <mxCell id="In8fDh9ZLN2M87an2Miy-131" parent="1" style="whiteSpace=wrap;html=1;" value="processed_at = now" vertex="1">
          <mxGeometry height="60" width="120" x="5616.37" y="1942.5" as="geometry" />
        </mxCell>
        <mxCell id="In8fDh9ZLN2M87an2Miy-141" edge="1" parent="1" source="In8fDh9ZLN2M87an2Miy-134" style="edgeStyle=orthogonalEdgeStyle;rounded=0;orthogonalLoop=1;jettySize=auto;html=1;entryX=0;entryY=0.5;entryDx=0;entryDy=0;" target="In8fDh9ZLN2M87an2Miy-139">
          <mxGeometry relative="1" as="geometry" />
        </mxCell>
        <mxCell id="In8fDh9ZLN2M87an2Miy-145" edge="1" parent="1" source="In8fDh9ZLN2M87an2Miy-134" style="edgeStyle=orthogonalEdgeStyle;rounded=0;orthogonalLoop=1;jettySize=auto;html=1;" target="In8fDh9ZLN2M87an2Miy-144" value="">
          <mxGeometry relative="1" as="geometry" />
        </mxCell>
        <mxCell id="In8fDh9ZLN2M87an2Miy-134" parent="1" style="rhombus;whiteSpace=wrap;html=1;" value="casa -&amp;gt; domestic (CGW)&lt;br&gt;exists?" vertex="1">
          <mxGeometry height="180" width="190" x="4449.5" y="2190" as="geometry" />
        </mxCell>
        <mxCell id="In8fDh9ZLN2M87an2Miy-142" edge="1" parent="1" source="In8fDh9ZLN2M87an2Miy-139" style="edgeStyle=orthogonalEdgeStyle;rounded=0;orthogonalLoop=1;jettySize=auto;html=1;entryX=0;entryY=0.5;entryDx=0;entryDy=0;" target="In8fDh9ZLN2M87an2Miy-113">
          <mxGeometry relative="1" as="geometry" />
        </mxCell>
        <mxCell id="In8fDh9ZLN2M87an2Miy-139" parent="1" style="rhombus;whiteSpace=wrap;html=1;" value="casa -&amp;gt; domestic amount = loan_amount" vertex="1">
          <mxGeometry height="180" width="172.5" x="4699.5" y="2190" as="geometry" />
        </mxCell>
        <mxCell id="In8fDh9ZLN2M87an2Miy-147" edge="1" parent="1" source="In8fDh9ZLN2M87an2Miy-144" style="edgeStyle=orthogonalEdgeStyle;rounded=0;orthogonalLoop=1;jettySize=auto;html=1;" target="In8fDh9ZLN2M87an2Miy-146" value="">
          <mxGeometry relative="1" as="geometry" />
        </mxCell>
        <mxCell id="In8fDh9ZLN2M87an2Miy-144" parent="1" style="whiteSpace=wrap;html=1;" value="Trigger CGW" vertex="1">
          <mxGeometry height="60" width="120" x="4484.5" y="2482.5" as="geometry" />
        </mxCell>
        <mxCell id="In8fDh9ZLN2M87an2Miy-148" edge="1" parent="1" source="In8fDh9ZLN2M87an2Miy-146" style="edgeStyle=orthogonalEdgeStyle;rounded=0;orthogonalLoop=1;jettySize=auto;html=1;entryX=0.5;entryY=1;entryDx=0;entryDy=0;" target="In8fDh9ZLN2M87an2Miy-113">
          <mxGeometry relative="1" as="geometry" />
        </mxCell>
        <mxCell id="In8fDh9ZLN2M87an2Miy-150" edge="1" parent="1" source="In8fDh9ZLN2M87an2Miy-146" style="edgeStyle=orthogonalEdgeStyle;rounded=0;orthogonalLoop=1;jettySize=auto;html=1;" target="In8fDh9ZLN2M87an2Miy-149" value="">
          <mxGeometry relative="1" as="geometry" />
        </mxCell>
        <mxCell id="In8fDh9ZLN2M87an2Miy-146" parent="1" style="rhombus;whiteSpace=wrap;html=1;" value="200" vertex="1">
          <mxGeometry height="80" width="80" x="4704.5" y="2472.5" as="geometry" />
        </mxCell>
        <mxCell id="In8fDh9ZLN2M87an2Miy-149" parent="1" style="whiteSpace=wrap;html=1;" value="next_retry_at = now + 5min" vertex="1">
          <mxGeometry height="60" width="155" x="4667" y="2622.5" as="geometry" />
        </mxCell>
        <mxCell id="In8fDh9ZLN2M87an2Miy-154" edge="1" parent="1" source="In8fDh9ZLN2M87an2Miy-152" style="edgeStyle=orthogonalEdgeStyle;rounded=0;orthogonalLoop=1;jettySize=auto;html=1;entryX=0;entryY=0.5;entryDx=0;entryDy=0;" target="In8fDh9ZLN2M87an2Miy-153">
          <mxGeometry relative="1" as="geometry" />
        </mxCell>
        <mxCell id="In8fDh9ZLN2M87an2Miy-176" edge="1" parent="1" source="In8fDh9ZLN2M87an2Miy-152" style="edgeStyle=orthogonalEdgeStyle;rounded=0;orthogonalLoop=1;jettySize=auto;html=1;" target="In8fDh9ZLN2M87an2Miy-175" value="">
          <mxGeometry relative="1" as="geometry" />
        </mxCell>
        <mxCell id="In8fDh9ZLN2M87an2Miy-152" parent="1" style="rhombus;whiteSpace=wrap;html=1;" value="Polaris&lt;br&gt;/loan/&lt;span style=&quot;color: rgb(33, 33, 33); font-family: Inter, system-ui, -apple-system, &amp;quot;system-ui&amp;quot;, &amp;quot;Segoe UI&amp;quot;, Roboto, Oxygen, Ubuntu, Cantarell, &amp;quot;Fira Sans&amp;quot;, &amp;quot;Droid Sans&amp;quot;, Helvetica, Arial, sans-serif; text-align: left; white-space: pre-wrap; background-color: rgb(255, 255, 255);&quot;&gt;getAccountDetail&lt;/span&gt;&lt;br&gt;loan_application.amount &amp;lt;= polaris.available_amount" vertex="1">
          <mxGeometry height="190" width="230" x="1802.5" y="1060" as="geometry" />
        </mxCell>
        <mxCell id="In8fDh9ZLN2M87an2Miy-158" edge="1" parent="1" source="In8fDh9ZLN2M87an2Miy-153" style="edgeStyle=orthogonalEdgeStyle;rounded=0;orthogonalLoop=1;jettySize=auto;html=1;entryX=0;entryY=0.5;entryDx=0;entryDy=0;" target="In8fDh9ZLN2M87an2Miy-157">
          <mxGeometry relative="1" as="geometry" />
        </mxCell>
        <mxCell id="In8fDh9ZLN2M87an2Miy-153" parent="1" style="whiteSpace=wrap;html=1;" value="Polaris /loan/&lt;span style=&quot;color: rgb(33, 33, 33); font-family: Inter, system-ui, -apple-system, &amp;quot;system-ui&amp;quot;, &amp;quot;Segoe UI&amp;quot;, Roboto, Oxygen, Ubuntu, Cantarell, &amp;quot;Fira Sans&amp;quot;, &amp;quot;Droid Sans&amp;quot;, Helvetica, Arial, sans-serif; text-align: left; white-space: pre-wrap; background-color: rgb(255, 255, 255);&quot;&gt;grantLoanNonCash&lt;br/&gt;+ CGW trigger&lt;/span&gt;" vertex="1">
          <mxGeometry height="60" width="170" x="2120" y="1125" as="geometry" />
        </mxCell>
        <mxCell id="In8fDh9ZLN2M87an2Miy-177" edge="1" parent="1" source="In8fDh9ZLN2M87an2Miy-157" style="edgeStyle=orthogonalEdgeStyle;rounded=0;orthogonalLoop=1;jettySize=auto;html=1;entryX=0;entryY=0.5;entryDx=0;entryDy=0;" target="In8fDh9ZLN2M87an2Miy-105">
          <mxGeometry relative="1" as="geometry">
            <Array as="points">
              <mxPoint x="2400" y="1427" />
            </Array>
            <mxPoint x="2809.5" y="1427.5" as="targetPoint" />
          </mxGeometry>
        </mxCell>
        <mxCell id="In8fDh9ZLN2M87an2Miy-157" parent="1" style="rhombus;whiteSpace=wrap;html=1;" value="200" vertex="1">
          <mxGeometry height="80" width="80" x="2360" y="1115" as="geometry" />
        </mxCell>
        <mxCell id="In8fDh9ZLN2M87an2Miy-164" edge="1" parent="1" source="In8fDh9ZLN2M87an2Miy-161" style="edgeStyle=orthogonalEdgeStyle;rounded=0;orthogonalLoop=1;jettySize=auto;html=1;" target="In8fDh9ZLN2M87an2Miy-162" value="">
          <mxGeometry relative="1" as="geometry" />
        </mxCell>
        <mxCell id="In8fDh9ZLN2M87an2Miy-161" parent="1" style="rounded=0;whiteSpace=wrap;html=1;" value="loan account row lock" vertex="1">
          <mxGeometry height="60" width="145" x="895" y="1125" as="geometry" />
        </mxCell>
        <mxCell id="In8fDh9ZLN2M87an2Miy-165" edge="1" parent="1" source="In8fDh9ZLN2M87an2Miy-162" style="edgeStyle=orthogonalEdgeStyle;rounded=0;orthogonalLoop=1;jettySize=auto;html=1;" target="In8fDh9ZLN2M87an2Miy-12">
          <mxGeometry relative="1" as="geometry" />
        </mxCell>
        <mxCell id="In8fDh9ZLN2M87an2Miy-162" parent="1" style="rounded=0;whiteSpace=wrap;html=1;" value="&lt;span style=&quot;font-weight: 700; text-align: left;&quot;&gt;ROWLOCK - loan_limits.held_amount += amount&lt;/span&gt;" vertex="1">
          <mxGeometry height="60" width="215" x="1120" y="1125" as="geometry" />
        </mxCell>
        <mxCell id="In8fDh9ZLN2M87an2Miy-184" edge="1" parent="1" source="In8fDh9ZLN2M87an2Miy-166" style="edgeStyle=orthogonalEdgeStyle;rounded=0;orthogonalLoop=1;jettySize=auto;html=1;" target="In8fDh9ZLN2M87an2Miy-183" value="">
          <mxGeometry relative="1" as="geometry" />
        </mxCell>
        <mxCell id="In8fDh9ZLN2M87an2Miy-166" parent="1" style="swimlane;fontStyle=0;childLayout=stackLayout;horizontal=1;startSize=30;horizontalStack=0;resizeParent=1;resizeParentMax=0;resizeLast=0;collapsible=1;marginBottom=0;whiteSpace=wrap;html=1;" value="Loan issued" vertex="1">
          <mxGeometry height="120" width="210" x="2590" y="1130" as="geometry" />
        </mxCell>
        <mxCell id="In8fDh9ZLN2M87an2Miy-167" parent="In8fDh9ZLN2M87an2Miy-166" style="text;strokeColor=none;fillColor=none;align=left;verticalAlign=middle;spacingLeft=4;spacingRight=4;overflow=hidden;points=[[0,0.5],[1,0.5]];portConstraint=eastwest;rotatable=0;whiteSpace=wrap;html=1;" value="loan_application = approved" vertex="1">
          <mxGeometry height="30" width="210" y="30" as="geometry" />
        </mxCell>
        <mxCell id="In8fDh9ZLN2M87an2Miy-168" parent="In8fDh9ZLN2M87an2Miy-166" style="text;strokeColor=none;fillColor=none;align=left;verticalAlign=middle;spacingLeft=4;spacingRight=4;overflow=hidden;points=[[0,0.5],[1,0.5]];portConstraint=eastwest;rotatable=0;whiteSpace=wrap;html=1;" value="create loan" vertex="1">
          <mxGeometry height="30" width="210" y="60" as="geometry" />
        </mxCell>
        <mxCell id="In8fDh9ZLN2M87an2Miy-169" parent="In8fDh9ZLN2M87an2Miy-166" style="text;strokeColor=none;fillColor=none;align=left;verticalAlign=middle;spacingLeft=4;spacingRight=4;overflow=hidden;points=[[0,0.5],[1,0.5]];portConstraint=eastwest;rotatable=0;whiteSpace=wrap;html=1;" value="release lock" vertex="1">
          <mxGeometry height="30" width="210" y="90" as="geometry" />
        </mxCell>
        <mxCell id="In8fDh9ZLN2M87an2Miy-170" edge="1" parent="1" source="In8fDh9ZLN2M87an2Miy-157" style="edgeStyle=orthogonalEdgeStyle;rounded=0;orthogonalLoop=1;jettySize=auto;html=1;entryX=0.003;entryY=0.156;entryDx=0;entryDy=0;entryPerimeter=0;" target="In8fDh9ZLN2M87an2Miy-166">
          <mxGeometry relative="1" as="geometry" />
        </mxCell>
        <mxCell id="In8fDh9ZLN2M87an2Miy-174" parent="1" style="text;html=1;whiteSpace=wrap;strokeColor=none;fillColor=none;align=center;verticalAlign=middle;rounded=0;" value="&lt;div style=&quot;background-color:#ffffff;color:#080808&quot;&gt;&lt;pre style=&quot;font-family:&#39;JetBrains Mono&#39;,monospace;font-size:9.8pt;&quot;&gt;&lt;span style=&quot;color:#9e880d;&quot;&gt;@Transactional&lt;/span&gt;(propagation = &lt;span style=&quot;color:#000000;&quot;&gt;Propagation&lt;/span&gt;.&lt;span style=&quot;color:#871094;font-style:italic;&quot;&gt;REQUIRES_NEW&lt;/span&gt;)&lt;/pre&gt;&lt;/div&gt;" vertex="1">
          <mxGeometry height="30" width="240" x="1200" y="1010" as="geometry" />
        </mxCell>
        <mxCell id="In8fDh9ZLN2M87an2Miy-175" parent="1" style="whiteSpace=wrap;html=1;" value="Rollback, return error" vertex="1">
          <mxGeometry height="60" width="132.5" x="1851.25" y="1295" as="geometry" />
        </mxCell>
        <mxCell id="In8fDh9ZLN2M87an2Miy-186" edge="1" parent="1" source="In8fDh9ZLN2M87an2Miy-183" style="edgeStyle=orthogonalEdgeStyle;rounded=0;orthogonalLoop=1;jettySize=auto;html=1;" target="In8fDh9ZLN2M87an2Miy-185" value="">
          <mxGeometry relative="1" as="geometry" />
        </mxCell>
        <mxCell id="In8fDh9ZLN2M87an2Miy-187" edge="1" parent="1" source="In8fDh9ZLN2M87an2Miy-183" style="edgeStyle=orthogonalEdgeStyle;rounded=0;orthogonalLoop=1;jettySize=auto;html=1;" target="In8fDh9ZLN2M87an2Miy-105">
          <mxGeometry relative="1" as="geometry">
            <Array as="points">
              <mxPoint x="2995" y="1427" />
            </Array>
          </mxGeometry>
        </mxCell>
        <mxCell id="In8fDh9ZLN2M87an2Miy-183" parent="1" style="rhombus;whiteSpace=wrap;html=1;fontStyle=0;startSize=30;horizontal=1;" value="db transaction success?" vertex="1">
          <mxGeometry height="135" width="130" x="2930" y="1122.5" as="geometry" />
        </mxCell>
        <mxCell id="In8fDh9ZLN2M87an2Miy-185" parent="1" style="whiteSpace=wrap;html=1;fontStyle=0;startSize=30;horizontal=1;" value="return success to client" vertex="1">
          <mxGeometry height="60" width="120" x="3145" y="1160" as="geometry" />
        </mxCell>
+         <mxCell id="In8fDh9ZLN2M87an2Miy-189" parent="1" style="text;html=1;whiteSpace=wrap;strokeColor=none;fillColor=none;align=center;verticalAlign=middle;rounded=0;" value="&lt;div style=&quot;background-color:#ffffff;color:#080808&quot;&gt;&lt;pre style=&quot;font-family:&#39;JetBrains Mono&#39;,monospace;font-size:9.8pt;&quot;&gt;&lt;span style=&quot;color:#9e880d;&quot;&gt;@Transactional&lt;/span&gt;(propagation = &lt;span style=&quot;color:#000000;&quot;&gt;Propagation&lt;/span&gt;.&lt;span style=&quot;color:#871094;font-style:italic;&quot;&gt;REQUIRES_NEW&lt;/span&gt;)&lt;/pre&gt;&lt;/div&gt;" vertex="1">
+           <mxGeometry height="30" width="240" x="4938.87" y="1245" as="geometry" />
+         </mxCell>
      </root>
    </mxGraphModel>
  </diagram>
</mxfile>
